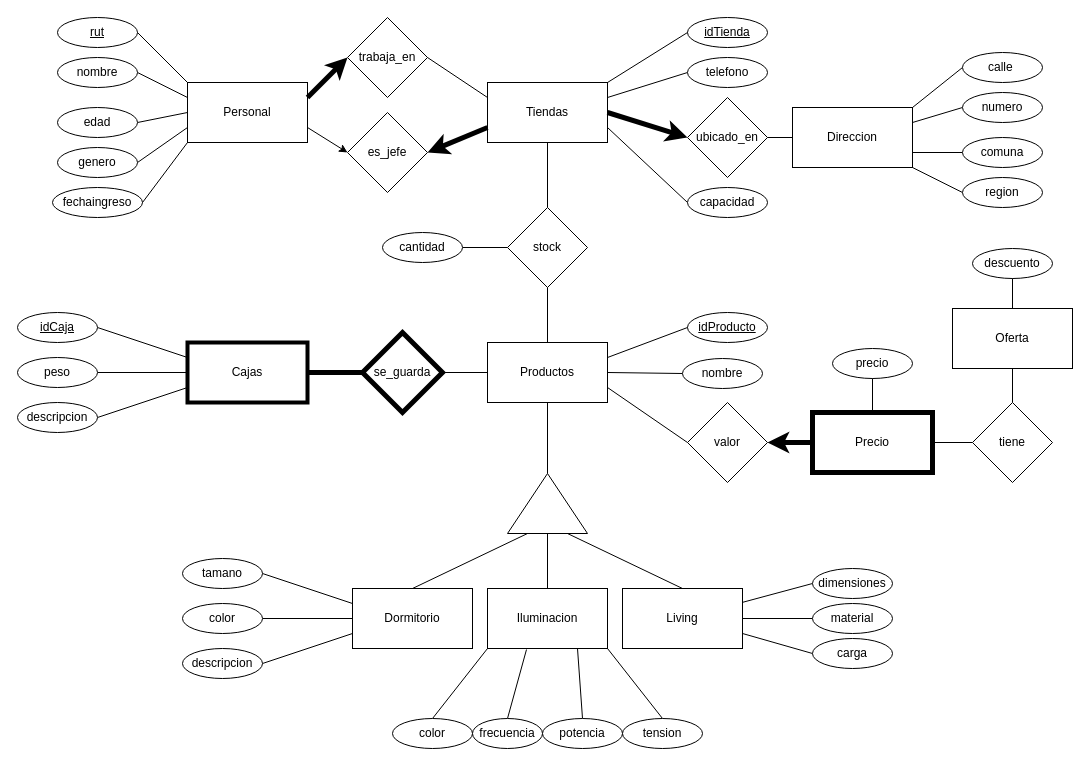
Before: Diagrama sin título.drawio in hperaltav/tareasmia, a draw.io diagram. Source tidied: cells renumbered, new cells numbered last; positions are measured from the earlier drawing's top-left corner, leaving out a move shared by most shapes. Both pictures are drawn from the tidied source at 100%, with x=0, y=0 at pixel (17, 17).
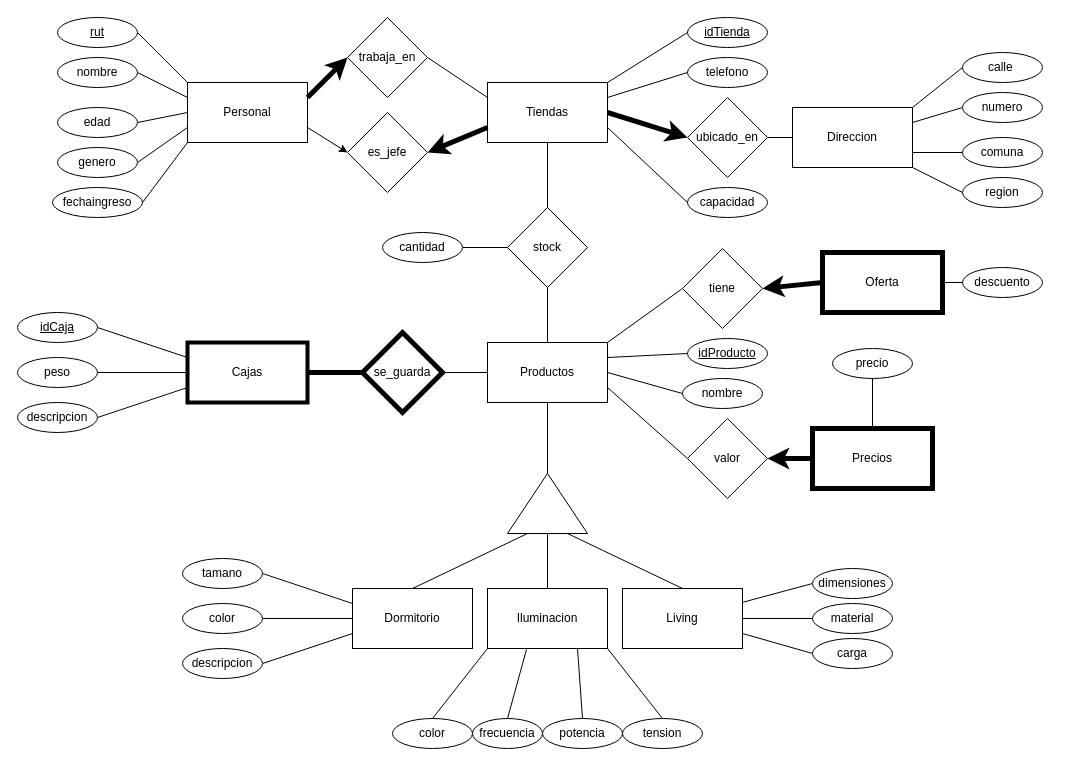
Above is the later version.

Unchanged cells that the change refers to:
```xml
<mxCell id="38" value="Productos" style="rounded=0;whiteSpace=wrap;html=1;" parent="1" vertex="1">
  <mxGeometry x="470" y="325" width="120" height="60" as="geometry" />
</mxCell>
```

Diff of the diagram source:
```diff
@@
     <mxCell id="40" value="idProducto" style="ellipse;whiteSpace=wrap;html=1;fontStyle=4;" parent="1" vertex="1">
-      <mxGeometry x="670" y="295" width="80" height="30" as="geometry" />
+      <mxGeometry x="670" y="321" width="80" height="30" as="geometry" />
     </mxCell>
@@
     <mxCell id="43" value="nombre" style="ellipse;whiteSpace=wrap;html=1;" parent="1" vertex="1">
-      <mxGeometry x="665" y="341" width="80" height="30" as="geometry" />
+      <mxGeometry x="665" y="361" width="80" height="30" as="geometry" />
     </mxCell>
@@
-    <mxCell id="86" value="Precio" style="rounded=0;whiteSpace=wrap;html=1;strokeWidth=5;" parent="1" vertex="1">
-      <mxGeometry x="795" y="395" width="120" height="60" as="geometry" />
+    <mxCell id="86" value="Precios" style="rounded=0;whiteSpace=wrap;html=1;strokeWidth=5;" parent="1" vertex="1">
+      <mxGeometry x="795" y="411" width="120" height="60" as="geometry" />
     </mxCell>
     <mxCell id="87" value="valor" style="rhombus;whiteSpace=wrap;html=1;" parent="1" vertex="1">
-      <mxGeometry x="670" y="385" width="80" height="80" as="geometry" />
+      <mxGeometry x="670" y="401" width="80" height="80" as="geometry" />
     </mxCell>
     <mxCell id="88" value="tiene" style="rhombus;whiteSpace=wrap;html=1;" parent="1" vertex="1">
-      <mxGeometry x="955" y="385" width="80" height="80" as="geometry" />
+      <mxGeometry x="665" y="231" width="80" height="80" as="geometry" />
     </mxCell>
-    <mxCell id="89" style="endArrow=none;html=1;rounded=0;exitX=1;exitY=0.5;exitDx=0;exitDy=0;entryX=0;entryY=0.5;entryDx=0;entryDy=0;" parent="1" edge="1" source="86" target="88">
+    <mxCell id="89" style="endArrow=none;html=1;rounded=0;exitX=1;exitY=0;exitDx=0;exitDy=0;entryX=0;entryY=0.5;entryDx=0;entryDy=0;" parent="1" edge="1" source="38" target="88">
       <mxGeometry relative="1" as="geometry" />
     </mxCell>
-    <mxCell id="90" value="Oferta" style="rounded=0;whiteSpace=wrap;html=1;" parent="1" vertex="1">
-      <mxGeometry x="935" y="291" width="120" height="60" as="geometry" />
+    <mxCell id="90" value="Oferta" style="rounded=0;whiteSpace=wrap;html=1;strokeWidth=5;" parent="1" vertex="1">
+      <mxGeometry x="805" y="235" width="120" height="60" as="geometry" />
     </mxCell>
-    <mxCell id="91" style="endArrow=none;html=1;rounded=0;entryX=0.5;entryY=0;entryDx=0;entryDy=0;exitX=0.5;exitY=1;exitDx=0;exitDy=0;" parent="1" edge="1" source="90" target="88">
-      <mxGeometry relative="1" as="geometry" />
-    </mxCell>
@@
-    <mxCell id="96" style="endArrow=none;html=1;rounded=0;exitX=0.5;exitY=0;exitDx=0;exitDy=0;entryX=0.5;entryY=0.867;entryDx=0;entryDy=0;entryPerimeter=0;" parent="1" edge="1" source="90" target="97">
+    <mxCell id="96" style="endArrow=none;html=1;rounded=0;exitX=1;exitY=0.5;exitDx=0;exitDy=0;entryX=0;entryY=0.5;entryDx=0;entryDy=0;" parent="1" edge="1" source="90" target="97">
       <mxGeometry relative="1" as="geometry" />
     </mxCell>
     <mxCell id="97" value="descuento" style="ellipse;whiteSpace=wrap;html=1;" parent="1" vertex="1">
-      <mxGeometry x="955" y="231" width="80" height="30" as="geometry" />
+      <mxGeometry x="945" y="250" width="80" height="30" as="geometry" />
     </mxCell>
+    <mxCell id="91" style="endArrow=classic;html=1;rounded=0;exitX=0;exitY=0.5;exitDx=0;exitDy=0;entryX=1;entryY=0.5;entryDx=0;entryDy=0;strokeWidth=5;" parent="1" edge="1" source="90" target="88">
+      <mxGeometry relative="1" as="geometry" />
+    </mxCell>
```
